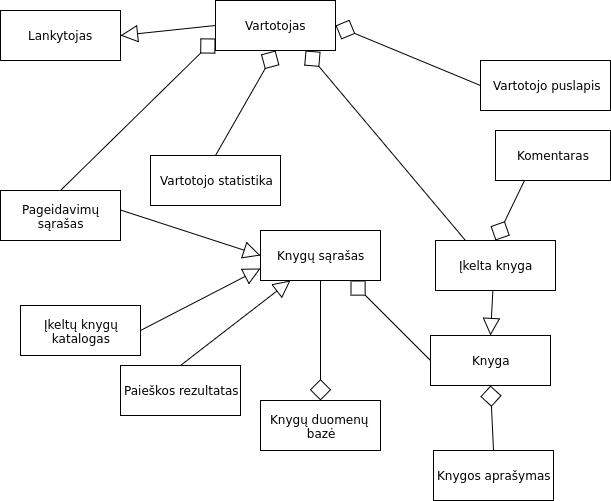
maddddd/KKK keeps this draw.io diagram as psi2-doc/img/DomainModel.png. Above is the earlier version. Source tidied: cells renumbered, new cells last; positions are measured from the earlier drawing's top-left corner, leaving out a move shared by most shapes. Source of this version:
```xml
<mxGraphModel background="#ffffff">
  <root>
    <mxCell id="0" style="html=1;" />
    <mxCell id="1" style="html=1;" parent="0" />
    <mxCell id="2" value="Lankytojas" style="html=1;" parent="1" vertex="1">
      <mxGeometry y="10" width="120" height="50" as="geometry" />
    </mxCell>
    <mxCell id="3" style="rounded=0;html=1;exitX=0;exitY=0.5;entryX=1;entryY=0.5;jettySize=auto;endArrow=block;endFill=0;endSize=15;" parent="1" edge="1" source="8" target="2">
      <mxGeometry relative="1" as="geometry" />
    </mxCell>
    <mxCell id="4" style="edgeStyle=none;rounded=0;html=1;exitX=1;exitY=0.5;entryX=0;entryY=0.5;endArrow=none;endFill=0;endSize=6;jettySize=auto;startArrow=diamond;startFill=0;startSize=19;" parent="1" edge="1" source="8" target="9">
      <mxGeometry relative="1" as="geometry" />
    </mxCell>
    <mxCell id="5" style="edgeStyle=none;rounded=0;html=1;exitX=0.75;exitY=1;entryX=0.25;entryY=0;startArrow=diamond;startFill=0;startSize=19;endArrow=none;endFill=0;endSize=6;jettySize=auto;" parent="1" edge="1" source="8" target="14">
      <mxGeometry relative="1" as="geometry" />
    </mxCell>
    <mxCell id="6" style="edgeStyle=none;rounded=0;html=1;exitX=0.5;exitY=1;entryX=0.5;entryY=0;startArrow=diamond;startFill=0;startSize=19;endArrow=none;endFill=0;endSize=6;jettySize=auto;" parent="1" edge="1" source="8" target="27">
      <mxGeometry relative="1" as="geometry" />
    </mxCell>
    <mxCell id="7" style="edgeStyle=none;rounded=0;html=1;exitX=0;exitY=0.75;entryX=0.5;entryY=0;startArrow=diamond;startFill=0;startSize=19;endArrow=none;endFill=0;endSize=6;jettySize=auto;" parent="1" edge="1" source="8" target="24">
      <mxGeometry relative="1" as="geometry" />
    </mxCell>
    <mxCell id="8" value="Vartotojas" style="html=1;" parent="1" vertex="1">
      <mxGeometry x="215" width="120" height="50" as="geometry" />
    </mxCell>
    <mxCell id="9" value="Vartotojo puslapis" style="html=1;" parent="1" vertex="1">
      <mxGeometry x="480" y="60" width="130" height="50" as="geometry" />
    </mxCell>
    <mxCell id="10" style="edgeStyle=none;rounded=0;html=1;exitX=0.5;exitY=1;entryX=0.5;entryY=0;startArrow=diamond;startFill=0;startSize=19;endArrow=none;endFill=0;endSize=6;jettySize=auto;" parent="1" edge="1" source="11" target="21">
      <mxGeometry relative="1" as="geometry" />
    </mxCell>
    <mxCell id="11" value="Knyga" style="html=1;" parent="1" vertex="1">
      <mxGeometry x="430" y="335" width="120" height="50" as="geometry" />
    </mxCell>
    <mxCell id="12" style="edgeStyle=none;rounded=0;html=1;exitX=0.5;exitY=0;entryX=0.5;entryY=0;endArrow=block;endFill=0;endSize=15;jettySize=auto;" parent="1" edge="1" source="14" target="11">
      <mxGeometry relative="1" as="geometry" />
    </mxCell>
    <mxCell id="13" style="edgeStyle=none;rounded=0;html=1;exitX=0.5;exitY=0;entryX=0.25;entryY=1;startArrow=diamond;startFill=0;startSize=19;endArrow=none;endFill=0;endSize=6;jettySize=auto;" parent="1" edge="1" source="14" target="22">
      <mxGeometry relative="1" as="geometry" />
    </mxCell>
    <mxCell id="14" value="Įkelta knyga" style="html=1;" parent="1" vertex="1">
      <mxGeometry x="435" y="240" width="120" height="50" as="geometry" />
    </mxCell>
    <mxCell id="15" style="edgeStyle=none;rounded=0;html=1;exitX=0.75;exitY=1;entryX=0;entryY=0.5;startArrow=diamond;startFill=0;startSize=19;endArrow=none;endFill=0;endSize=6;jettySize=auto;" parent="1" edge="1" source="16" target="11">
      <mxGeometry relative="1" as="geometry" />
    </mxCell>
    <mxCell id="16" value="Knygų sąrašas" style="html=1;" parent="1" vertex="1">
      <mxGeometry x="260" y="230" width="120" height="50" as="geometry" />
    </mxCell>
    <mxCell id="17" style="edgeStyle=none;rounded=0;html=1;exitX=1;exitY=0.5;endArrow=block;endFill=0;endSize=15;jettySize=auto;entryX=0;entryY=0.75;" parent="1" edge="1" source="18" target="16">
      <mxGeometry relative="1" as="geometry" />
    </mxCell>
    <mxCell id="18" value="Įkeltų knygų&lt;div&gt;katalogas&lt;/div&gt;" style="html=1;" parent="1" vertex="1">
      <mxGeometry x="20" y="305" width="120" height="50" as="geometry" />
    </mxCell>
    <mxCell id="19" style="edgeStyle=none;rounded=0;html=1;exitX=0.5;exitY=0;entryX=0.5;entryY=1;startArrow=diamond;startFill=0;startSize=19;endArrow=none;endFill=0;endSize=6;jettySize=auto;" parent="1" edge="1" source="20" target="16">
      <mxGeometry relative="1" as="geometry" />
    </mxCell>
    <mxCell id="20" value="Knygų duomenų&amp;nbsp;&lt;div&gt;bazė&lt;/div&gt;" style="html=1;" parent="1" vertex="1">
      <mxGeometry x="260" y="400" width="120" height="50" as="geometry" />
    </mxCell>
    <mxCell id="21" value="Knygos&amp;nbsp;&lt;span&gt;aprašymas&lt;/span&gt;" style="html=1;" parent="1" vertex="1">
      <mxGeometry x="433" y="450" width="120" height="50" as="geometry" />
    </mxCell>
    <mxCell id="22" value="Komentaras" style="html=1;" parent="1" vertex="1">
      <mxGeometry x="495" y="130" width="115" height="50" as="geometry" />
    </mxCell>
    <mxCell id="23" style="edgeStyle=none;rounded=0;html=1;exitX=0.5;exitY=0;endArrow=block;endFill=0;endSize=15;jettySize=auto;entryX=0;entryY=0.5;" parent="1" edge="1" source="24" target="16">
      <mxGeometry relative="1" as="geometry" />
    </mxCell>
    <mxCell id="24" value="Pageidavimų&lt;div&gt;sąrašas&lt;/div&gt;" style="html=1;" parent="1" vertex="1">
      <mxGeometry y="190" width="120" height="50" as="geometry" />
    </mxCell>
    <mxCell id="25" style="edgeStyle=none;rounded=0;html=1;exitX=0.5;exitY=0;entryX=0.25;entryY=1;endArrow=block;endFill=0;endSize=15;jettySize=auto;" parent="1" edge="1" source="26" target="16">
      <mxGeometry relative="1" as="geometry" />
    </mxCell>
    <mxCell id="26" value="Paieškos rezultatas" style="html=1;" parent="1" vertex="1">
      <mxGeometry x="120" y="365" width="120" height="50" as="geometry" />
    </mxCell>
    <mxCell id="27" value="Vartotojo statistika" style="html=1;" parent="1" vertex="1">
      <mxGeometry x="150" y="155" width="130" height="50" as="geometry" />
    </mxCell>
  </root>
</mxGraphModel>
```
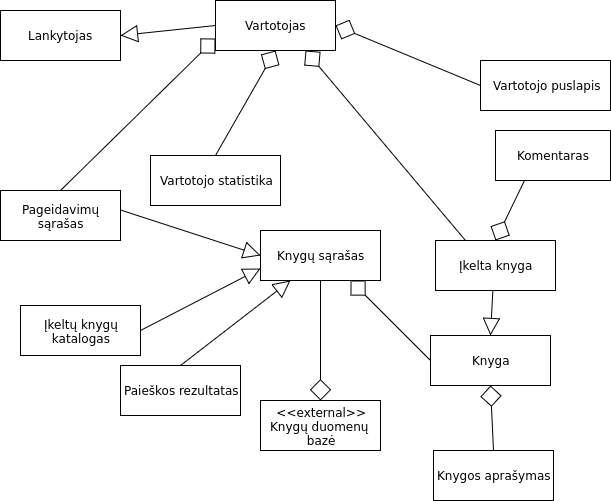
After the commit.

Change to the diagram source:
```diff
@@ -1,4 +1,4 @@
-<mxGraphModel background="#ffffff">
+<mxGraphModel>
   <root>
     <mxCell id="0" style="html=1;" />
     <mxCell id="1" style="html=1;" parent="0" />
@@ -56,7 +56,7 @@
     <mxCell id="19" style="edgeStyle=none;rounded=0;html=1;exitX=0.5;exitY=0;entryX=0.5;entryY=1;startArrow=diamond;startFill=0;startSize=19;endArrow=none;endFill=0;endSize=6;jettySize=auto;" parent="1" edge="1" source="20" target="16">
       <mxGeometry relative="1" as="geometry" />
     </mxCell>
-    <mxCell id="20" value="Knygų duomenų&amp;nbsp;&lt;div&gt;bazė&lt;/div&gt;" style="html=1;" parent="1" vertex="1">
+    <mxCell id="20" value="&lt;div&gt;&amp;lt;&amp;lt;external&amp;gt;&amp;gt;&lt;/div&gt;Knygų duomenų&amp;nbsp;&lt;div&gt;bazė&lt;/div&gt;" style="html=1;" parent="1" vertex="1">
       <mxGeometry x="260" y="400" width="120" height="50" as="geometry" />
     </mxCell>
     <mxCell id="21" value="Knygos&amp;nbsp;&lt;span&gt;aprašymas&lt;/span&gt;" style="html=1;" parent="1" vertex="1">
```
